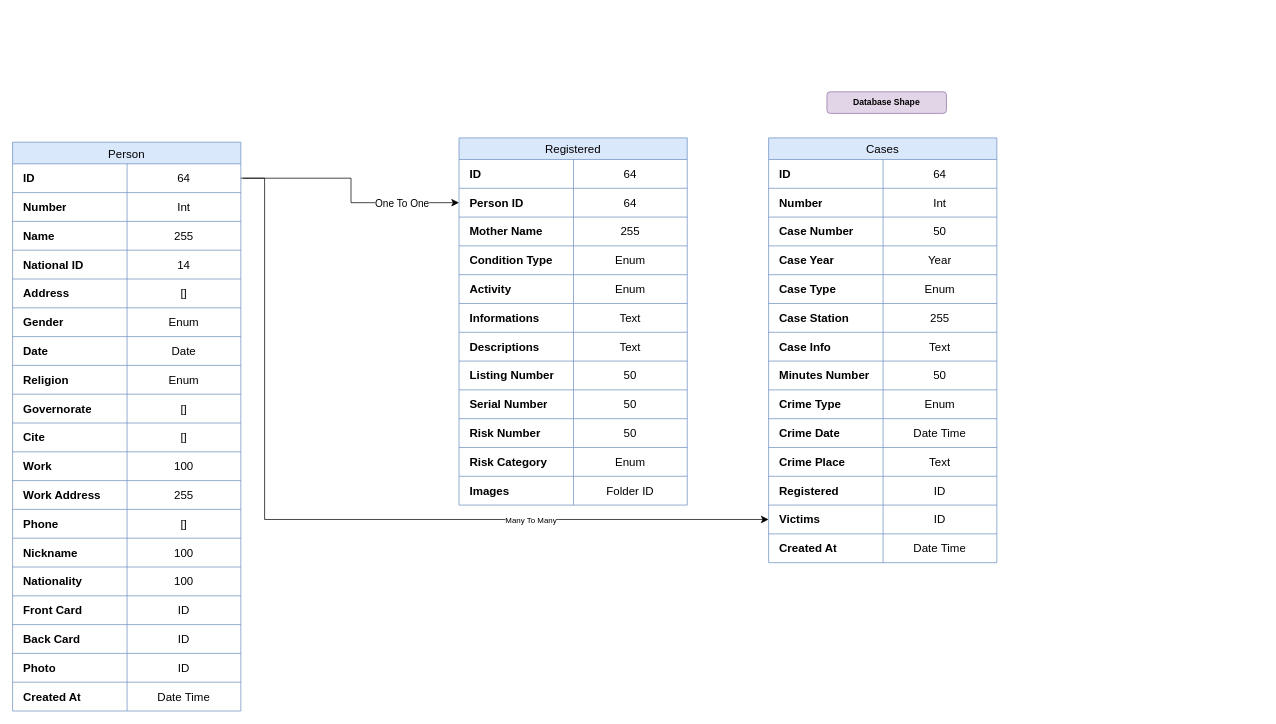
Earlier version of the draw.io diagram archive.drawio (JS-Developer-HM/draft0). Source tidied: cells renumbered, new cells numbered last; positions are measured from the earlier drawing's top-left corner, leaving out a move shared by most shapes. Both pictures are drawn from the tidied source at 72%, with x=0, y=0 at pixel (12, 91).
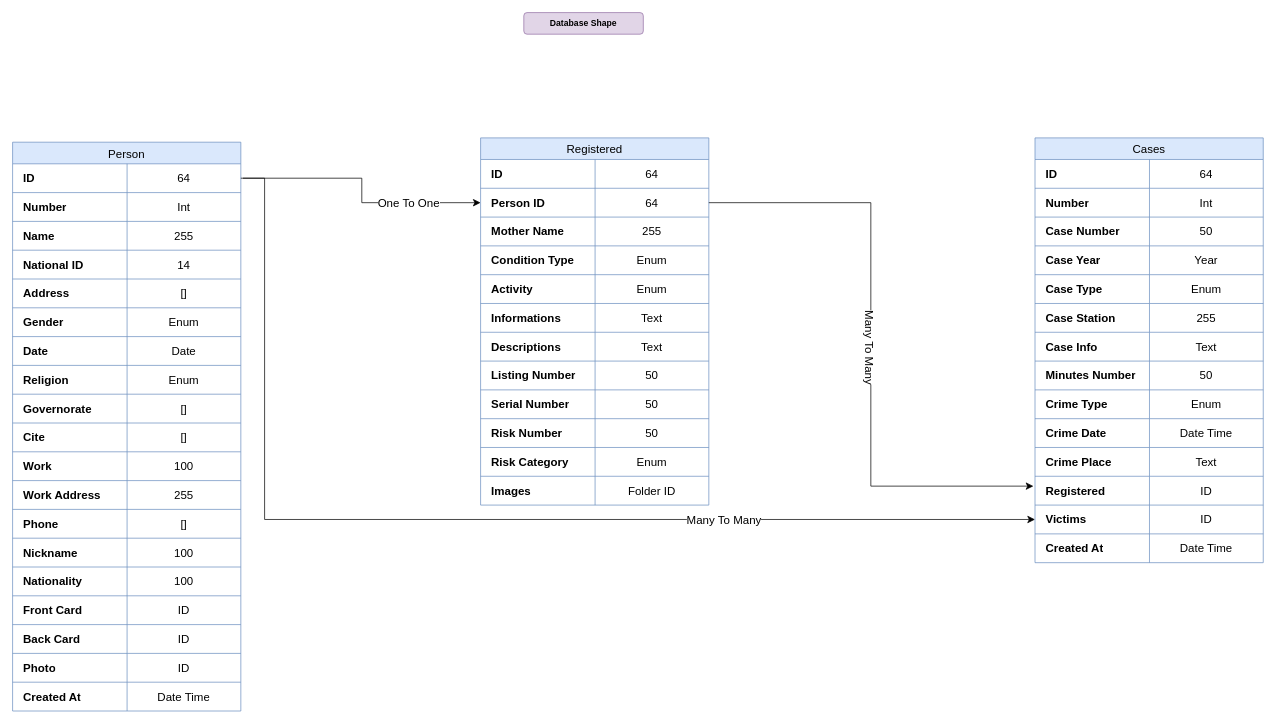
The same diagram, later.

Unchanged cells that the change refers to:
```xml
<mxCell id="65" style="shape=tableRow;horizontal=0;startSize=0;swimlaneHead=0;swimlaneBody=0;strokeColor=inherit;top=0;left=0;bottom=0;right=0;fillColor=none;points=[[0,0.5],[1,0.5]];portConstraint=eastwest;fontSize=16;shadow=0;" parent="61" vertex="1">
  <mxGeometry y="70" width="317" height="40" as="geometry" />
</mxCell>
<mxCell id="132" style="shape=tableRow;horizontal=0;startSize=0;swimlaneHead=0;swimlaneBody=0;strokeColor=inherit;top=0;left=0;bottom=0;right=0;fillColor=none;points=[[0,0.5],[1,0.5]];portConstraint=eastwest;fontSize=16;shadow=0;" parent="98" vertex="1">
  <mxGeometry y="470" width="317" height="40" as="geometry" />
</mxCell>
<mxCell id="141" style="edgeStyle=elbowEdgeStyle;elbow=horizontal;endArrow=classic;html=1;curved=0;rounded=0;endSize=8;startSize=8;exitX=1;exitY=0.5;exitDx=0;exitDy=0;entryX=0;entryY=0.5;entryDx=0;entryDy=0;" parent="1" edge="1" source="4" target="135">
  <mxGeometry relative="1" as="geometry">
    <Array as="points">
      <mxPoint x="350" y="470" />
    </Array>
  </mxGeometry>
</mxCell>
<mxCell id="143" style="edgeStyle=elbowEdgeStyle;elbow=horizontal;endArrow=classic;html=1;curved=0;rounded=0;endSize=8;startSize=8;" parent="1" edge="1" target="65">
  <mxGeometry relative="1" as="geometry">
    <mxPoint x="320" y="120" as="sourcePoint" />
  </mxGeometry>
</mxCell>
```

What changed in the source:
```diff
@@
     <mxCell id="2" value="Database Shape" style="rounded=1;whiteSpace=wrap;html=1;fillColor=#e1d5e7;strokeColor=#9673a6;fontStyle=1;" parent="1" vertex="1">
-      <mxGeometry x="1131" width="166" height="30" as="geometry" />
+      <mxGeometry x="710" y="-110" width="166" height="30" as="geometry" />
     </mxCell>
@@
     <mxCell id="61" value="Registered" style="shape=table;startSize=30;childLayout=tableLayout;strokeColor=#6c8ebf;fontSize=16;fillColor=#dae8fc;" parent="1" vertex="1">
-      <mxGeometry x="620" y="64" width="317" height="510" as="geometry" />
+      <mxGeometry x="650" y="64" width="317" height="510" as="geometry" />
     </mxCell>
@@
     <mxCell id="98" value="Cases" style="shape=table;startSize=30;childLayout=tableLayout;strokeColor=#6c8ebf;fontSize=16;fillColor=#dae8fc;" parent="1" vertex="1">
-      <mxGeometry x="1050" y="64" width="317" height="590" as="geometry" />
+      <mxGeometry x="1420" y="64" width="317" height="590" as="geometry" />
     </mxCell>
@@
-    <mxCell id="142" value="Many To Many" style="edgeLabel;html=1;align=center;verticalAlign=middle;" parent="141" vertex="1">
+    <mxCell id="142" value="Many To Many" style="edgeLabel;html=1;align=center;verticalAlign=middle;fontSize=16;" parent="141" vertex="1">
       <mxGeometry x="0.45" relative="1" as="geometry">
         <mxPoint x="1" as="offset" />
       </mxGeometry>
     </mxCell>
@@
-    <mxCell id="144" value="One To One" style="edgeLabel;html=1;align=center;verticalAlign=middle;fontSize=14;" parent="143" vertex="1">
+    <mxCell id="144" value="One To One" style="edgeLabel;html=1;align=center;verticalAlign=middle;fontSize=16;" parent="143" vertex="1">
       <mxGeometry x="-0.36" y="3" relative="1" as="geometry">
         <mxPoint x="113" y="37" as="offset" />
       </mxGeometry>
     </mxCell>
+    <mxCell id="145" style="edgeStyle=elbowEdgeStyle;elbow=horizontal;endArrow=classic;html=1;curved=0;rounded=0;endSize=8;startSize=8;entryX=-0.007;entryY=0.342;entryDx=0;entryDy=0;entryPerimeter=0;" parent="1" edge="1" source="65" target="132">
+      <mxGeometry relative="1" as="geometry" />
+    </mxCell>
+    <mxCell id="146" value="Many To Many" style="edgeLabel;html=1;align=center;verticalAlign=middle;rotation=90;fontSize=16;" parent="145" vertex="1">
+      <mxGeometry relative="1" as="geometry">
+        <mxPoint y="3" as="offset" />
+      </mxGeometry>
+    </mxCell>
```
